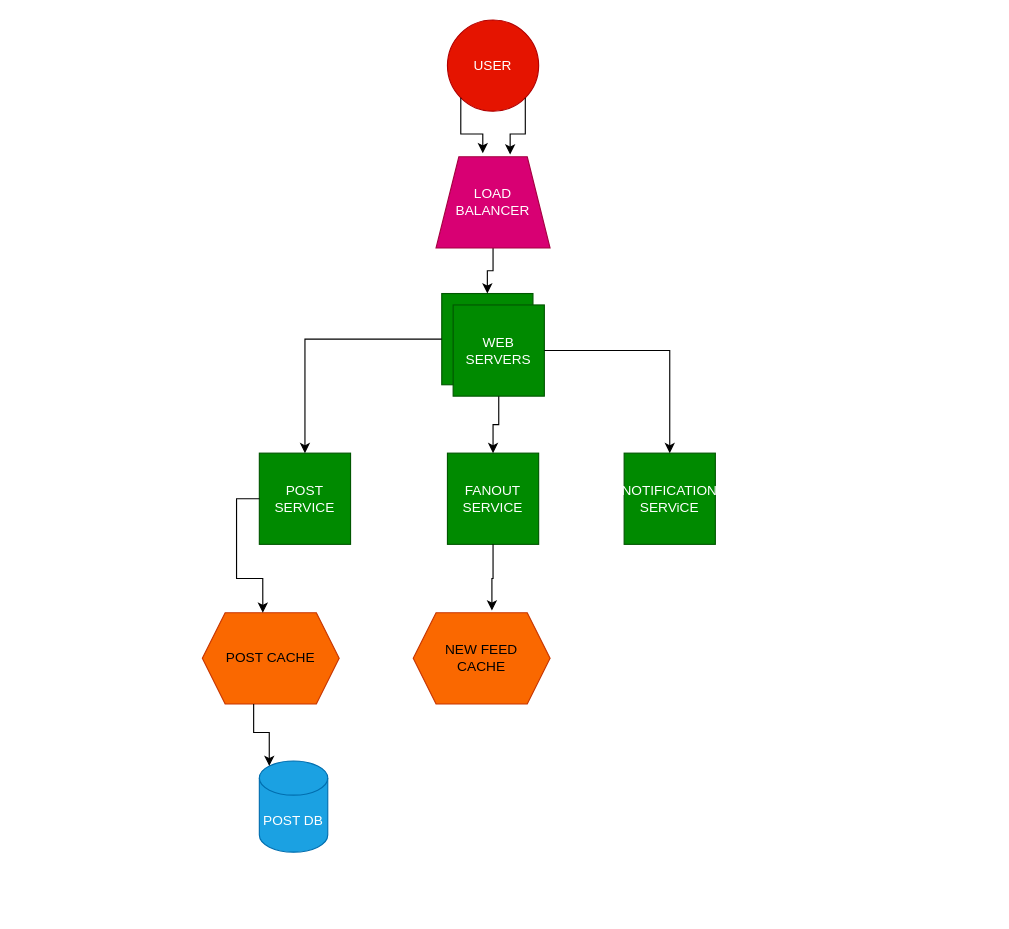
mttchpmn/sysdesign keeps this draw.io diagram as page "HIGH LEVEL" (1 of 2) of diagrams/News Feed System.drawio. Above is the earlier version. Source tidied: cells renumbered, new cells numbered last; positions are measured from the earlier drawing's top-left corner, leaving out a move shared by most shapes. Both pictures are drawn from the tidied source at 114%, with x=0, y=0 at pixel (202, 19).
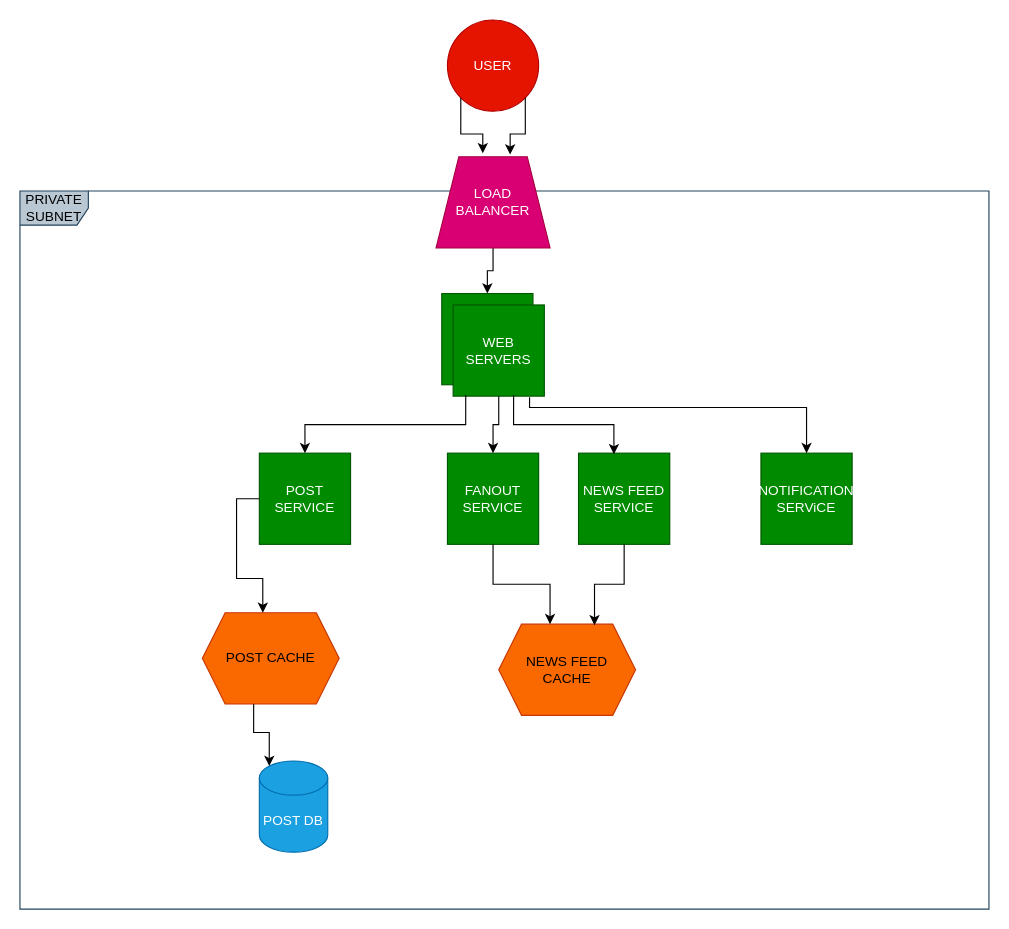
Above is the later version.

Unchanged cells that the change refers to:
```xml
<mxCell id="4" style="whiteSpace=wrap;html=1;fillColor=#008a00;fontColor=#ffffff;strokeColor=#005700;" parent="3" vertex="1">
  <mxGeometry width="80" height="80" as="geometry" />
</mxCell>
<mxCell id="5" value="WEB SERVERS" style="whiteSpace=wrap;html=1;fillColor=#008a00;fontColor=#ffffff;strokeColor=#005700;" parent="3" vertex="1">
  <mxGeometry x="10" y="10" width="80" height="80" as="geometry" />
</mxCell>
<mxCell id="6" value="POST SERVICE" style="whiteSpace=wrap;html=1;fillColor=#008a00;fontColor=#ffffff;strokeColor=#005700;" parent="1" vertex="1">
  <mxGeometry x="50" y="380" width="80" height="80" as="geometry" />
</mxCell>
<mxCell id="7" value="FANOUT&lt;br&gt;SERVICE" style="whiteSpace=wrap;html=1;fillColor=#008a00;fontColor=#ffffff;strokeColor=#005700;" parent="1" vertex="1">
  <mxGeometry x="215" y="380" width="80" height="80" as="geometry" />
</mxCell>
```

The edit, as a diff of the source:
```diff
@@
+    <mxCell id="22" value="PRIVATE SUBNET" style="shape=umlFrame;whiteSpace=wrap;html=1;fillColor=#bac8d3;strokeColor=#23445d;" parent="1" vertex="1">
+      <mxGeometry x="-160" y="150" width="850" height="630" as="geometry" />
+    </mxCell>
@@
     <mxCell id="8" value="NOTIFICATION&lt;br&gt;SERViCE" style="whiteSpace=wrap;html=1;fillColor=#008a00;fontColor=#ffffff;strokeColor=#005700;" parent="1" vertex="1">
-      <mxGeometry x="370" y="380" width="80" height="80" as="geometry" />
+      <mxGeometry x="490" y="380" width="80" height="80" as="geometry" />
     </mxCell>
@@
-    <mxCell id="10" style="edgeStyle=orthogonalEdgeStyle;rounded=0;jettySize=auto;html=1;exitX=0;exitY=0.5;exitDx=0;exitDy=0;entryX=0.5;entryY=0;entryDx=0;entryDy=0;" parent="1" edge="1" source="4" target="6">
+    <mxCell id="10" style="edgeStyle=orthogonalEdgeStyle;rounded=0;jettySize=auto;html=1;exitX=0.138;exitY=0.988;exitDx=0;exitDy=0;entryX=0.5;entryY=0;entryDx=0;entryDy=0;exitPerimeter=0;" parent="1" edge="1" source="5" target="6">
       <mxGeometry relative="1" as="geometry" />
     </mxCell>
-    <mxCell id="11" style="edgeStyle=orthogonalEdgeStyle;rounded=0;jettySize=auto;html=1;exitX=1;exitY=0.5;exitDx=0;exitDy=0;entryX=0.5;entryY=0;entryDx=0;entryDy=0;" parent="1" edge="1" source="5" target="8">
-      <mxGeometry relative="1" as="geometry" />
+    <mxCell id="11" style="edgeStyle=orthogonalEdgeStyle;rounded=0;jettySize=auto;html=1;exitX=0.838;exitY=1.013;exitDx=0;exitDy=0;entryX=0.5;entryY=0;entryDx=0;entryDy=0;exitPerimeter=0;" parent="1" edge="1" source="5" target="8">
+      <mxGeometry relative="1" as="geometry">
+        <Array as="points">
+          <mxPoint x="287" y="340" />
+          <mxPoint x="530" y="340" />
+        </Array>
+      </mxGeometry>
     </mxCell>
@@
-    <mxCell id="14" value="NEW FEED &lt;br&gt;CACHE" style="shape=hexagon;perimeter=hexagonPerimeter2;whiteSpace=wrap;html=1;fixedSize=1;fillColor=#fa6800;fontColor=#000000;strokeColor=#C73500;" parent="1" vertex="1">
-      <mxGeometry x="185" y="520" width="120" height="80" as="geometry" />
+    <mxCell id="14" value="NEWS FEED &lt;br&gt;CACHE" style="shape=hexagon;perimeter=hexagonPerimeter2;whiteSpace=wrap;html=1;fixedSize=1;fillColor=#fa6800;fontColor=#000000;strokeColor=#C73500;" parent="1" vertex="1">
+      <mxGeometry x="260" y="530" width="120" height="80" as="geometry" />
     </mxCell>
@@
-    <mxCell id="17" style="edgeStyle=orthogonalEdgeStyle;rounded=0;jettySize=auto;html=1;exitX=0.5;exitY=1;exitDx=0;exitDy=0;entryX=0.575;entryY=-0.025;entryDx=0;entryDy=0;entryPerimeter=0;" parent="1" edge="1" source="7" target="14">
+    <mxCell id="17" style="edgeStyle=orthogonalEdgeStyle;rounded=0;jettySize=auto;html=1;exitX=0.5;exitY=1;exitDx=0;exitDy=0;entryX=0.375;entryY=0;entryDx=0;entryDy=0;" parent="1" edge="1" source="7" target="14">
       <mxGeometry relative="1" as="geometry" />
     </mxCell>
@@
+    <mxCell id="23" value="NEWS FEED SERVICE" style="whiteSpace=wrap;html=1;fillColor=#008a00;fontColor=#ffffff;strokeColor=#005700;" parent="1" vertex="1">
+      <mxGeometry x="330" y="380" width="80" height="80" as="geometry" />
+    </mxCell>
+    <mxCell id="24" style="edgeStyle=orthogonalEdgeStyle;rounded=0;jettySize=auto;html=1;exitX=0.5;exitY=1;exitDx=0;exitDy=0;entryX=0.7;entryY=0.013;entryDx=0;entryDy=0;entryPerimeter=0;" parent="1" edge="1" source="23" target="14">
+      <mxGeometry relative="1" as="geometry" />
+    </mxCell>
+    <mxCell id="25" style="edgeStyle=orthogonalEdgeStyle;rounded=0;jettySize=auto;html=1;exitX=0.663;exitY=0.988;exitDx=0;exitDy=0;entryX=0.388;entryY=0.013;entryDx=0;entryDy=0;entryPerimeter=0;exitPerimeter=0;" parent="1" edge="1" source="5" target="23">
+      <mxGeometry relative="1" as="geometry" />
+    </mxCell>
```
